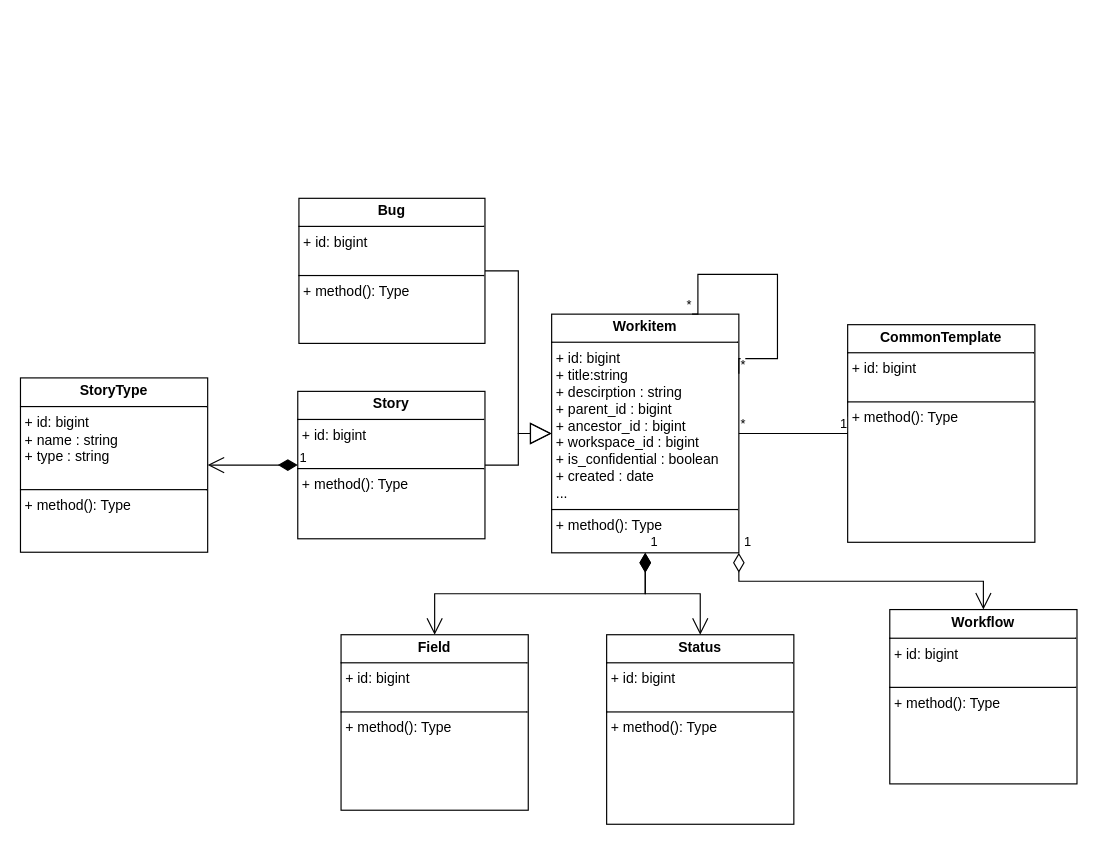
Before: 设置通用模版类图.drawio in qf2020/drawio, a draw.io diagram. Source tidied: cells renumbered, new cells numbered last; positions are measured from the earlier drawing's top-left corner, leaving out a move shared by most shapes. Both pictures are drawn from the tidied source at 117%, with x=0, y=0 at pixel (20, 198).
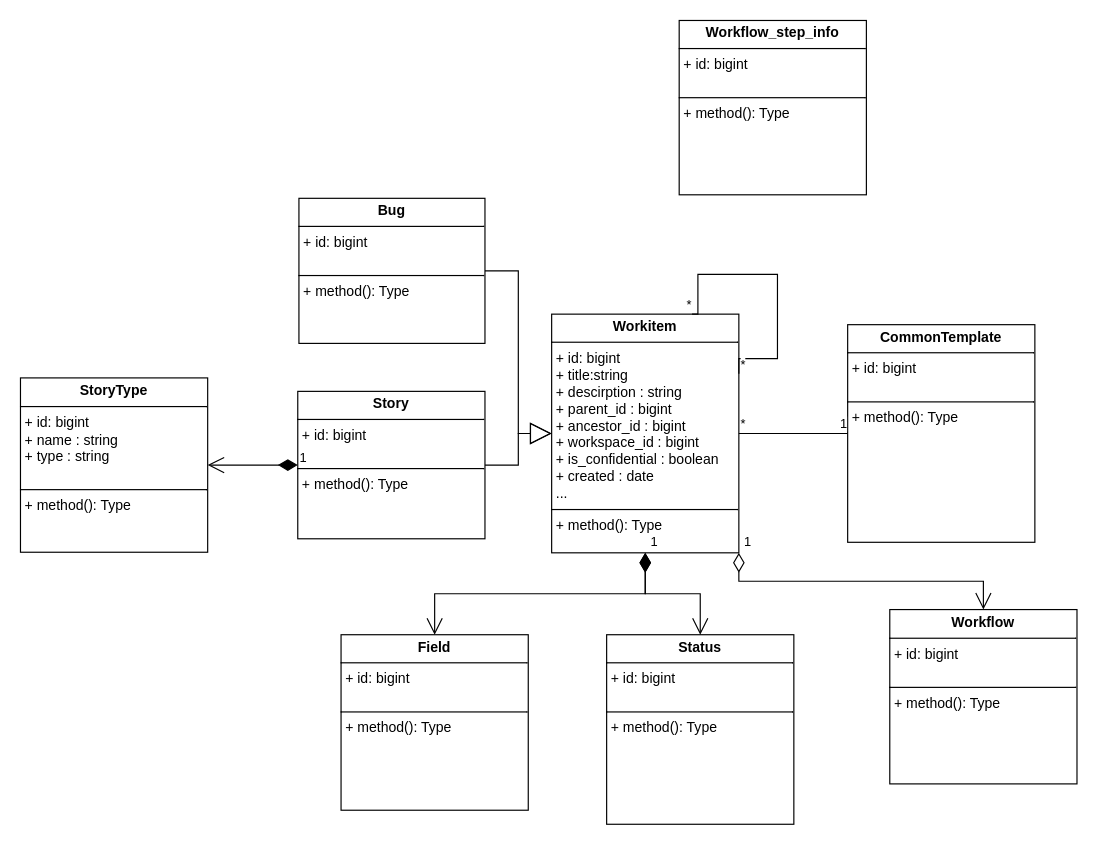
After the change.

Commit message:
更新设置通用模版类图.drawio

The edit, as a diff of the source:
```diff
@@
+    <mxCell id="22" value="&lt;p style=&quot;margin:0px;margin-top:4px;text-align:center;&quot;&gt;&lt;b&gt;Workflow_step_info&lt;/b&gt;&lt;/p&gt;&lt;hr size=&quot;1&quot; style=&quot;border-style:solid;&quot;&gt;&lt;p style=&quot;margin:0px;margin-left:4px;&quot;&gt;+ id: bigint&lt;/p&gt;&lt;p style=&quot;margin:0px;margin-left:4px;&quot;&gt;&lt;br&gt;&lt;/p&gt;&lt;hr size=&quot;1&quot; style=&quot;border-style:solid;&quot;&gt;&lt;p style=&quot;margin:0px;margin-left:4px;&quot;&gt;+ method(): Type&lt;/p&gt;" style="verticalAlign=top;align=left;overflow=fill;html=1;whiteSpace=wrap;" parent="1" vertex="1">
+      <mxGeometry x="563" y="-152" width="160" height="149" as="geometry" />
+    </mxCell>
```
